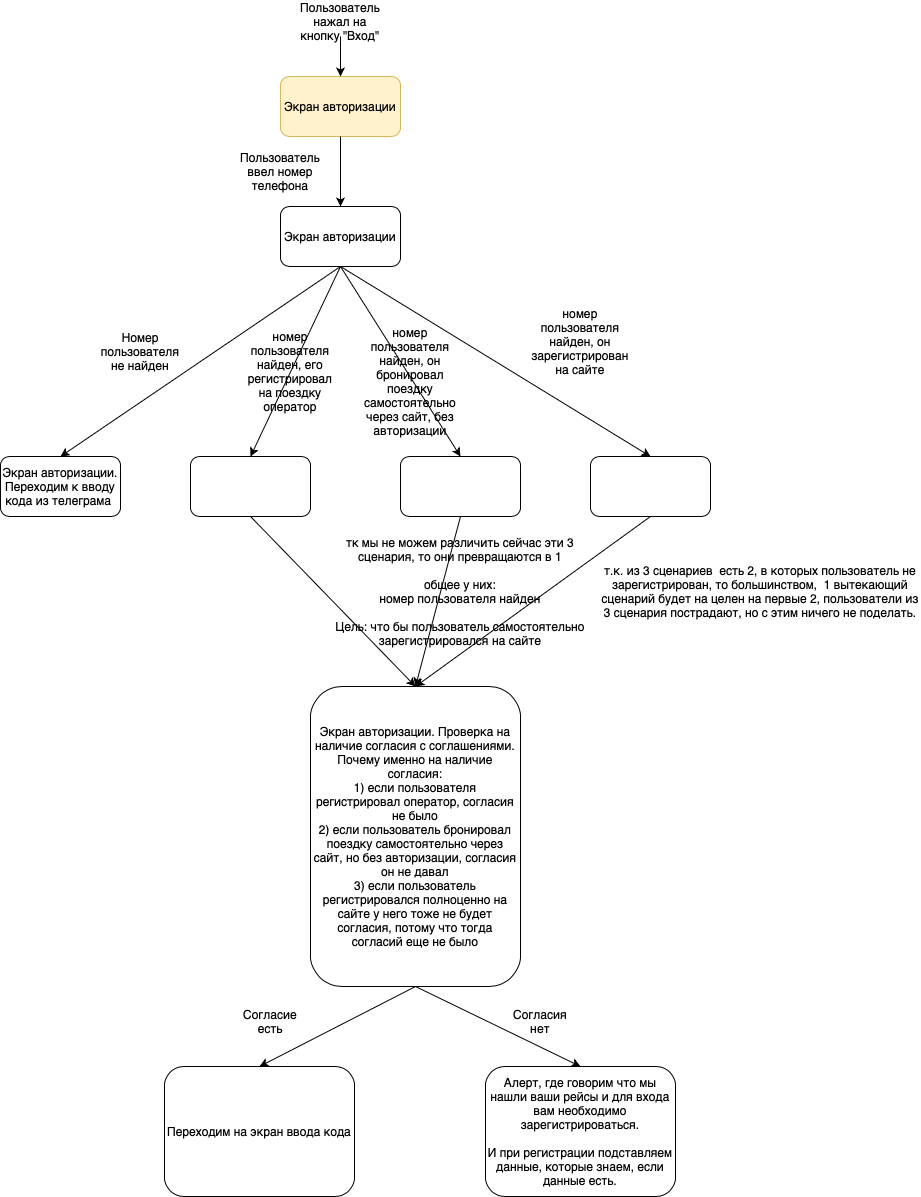
Above: 2.drawio.png in AlexandraKolomoitseva/Diagrams (draw.io), before the change. Source tidied: cells renumbered, new cells last; positions are measured from the earlier drawing's top-left corner, leaving out a move shared by most shapes.
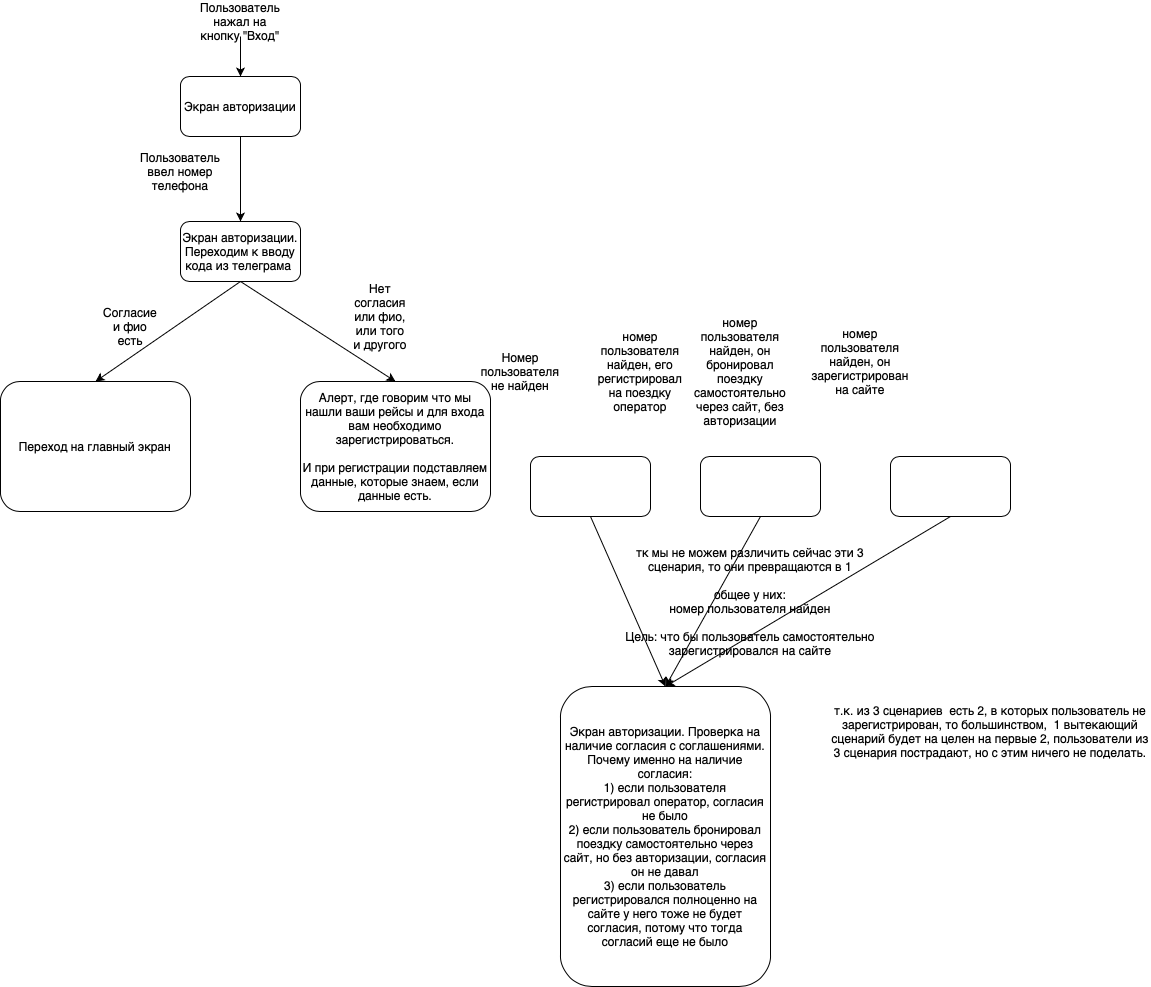
Later version of the same file.

What changed in the source:
```diff
@@ -2,7 +2,7 @@
   <root>
     <mxCell id="0" />
     <mxCell id="1" parent="0" />
-    <mxCell id="2" value="Экран авторизации" style="rounded=1;whiteSpace=wrap;html=1;fillColor=#fff2cc;strokeColor=#d6b656;" parent="1" vertex="1">
+    <mxCell id="2" value="Экран авторизации" style="rounded=1;whiteSpace=wrap;html=1;" parent="1" vertex="1">
       <mxGeometry x="280" y="70" width="120" height="60" as="geometry" />
     </mxCell>
     <mxCell id="3" value="Пользователь нажал на кнопку &quot;Вход&quot;" style="text;html=1;align=center;verticalAlign=middle;whiteSpace=wrap;rounded=0;" parent="1" vertex="1">
@@ -11,56 +11,41 @@
     <mxCell id="4" style="endArrow=classic;html=1;rounded=0;exitX=0.5;exitY=1;exitDx=0;exitDy=0;entryX=0.5;entryY=0;entryDx=0;entryDy=0;" parent="1" edge="1" source="3" target="2">
       <mxGeometry relative="1" as="geometry" />
     </mxCell>
-    <mxCell id="5" value="Экран авторизации" style="rounded=1;whiteSpace=wrap;html=1;" parent="1" vertex="1">
-      <mxGeometry x="280" y="200" width="120" height="60" as="geometry" />
-    </mxCell>
-    <mxCell id="6" style="endArrow=classic;html=1;rounded=0;exitX=0.5;exitY=1;exitDx=0;exitDy=0;entryX=0.5;entryY=0;entryDx=0;entryDy=0;" parent="1" edge="1" source="2" target="5">
+    <mxCell id="6" style="endArrow=classic;html=1;rounded=0;exitX=0.5;exitY=1;exitDx=0;exitDy=0;entryX=0.5;entryY=0;entryDx=0;entryDy=0;" parent="1" edge="1" source="2" target="8">
       <mxGeometry relative="1" as="geometry" />
     </mxCell>
     <mxCell id="7" value="Пользователь ввел номер телефона" style="text;html=1;align=center;verticalAlign=middle;whiteSpace=wrap;rounded=0;" parent="1" vertex="1">
       <mxGeometry x="250" y="150" width="60" height="30" as="geometry" />
     </mxCell>
     <mxCell id="8" value="Экран авторизации.&lt;div&gt;Переходим к вводу кода из телеграма&amp;nbsp;&lt;/div&gt;" style="rounded=1;whiteSpace=wrap;html=1;" parent="1" vertex="1">
-      <mxGeometry y="450" width="120" height="60" as="geometry" />
+      <mxGeometry x="280" y="215" width="120" height="60" as="geometry" />
     </mxCell>
     <mxCell id="9" style="rounded=1;whiteSpace=wrap;html=1;" parent="1" vertex="1">
-      <mxGeometry x="190" y="450" width="120" height="60" as="geometry" />
+      <mxGeometry x="630" y="450" width="120" height="60" as="geometry" />
     </mxCell>
     <mxCell id="10" style="rounded=1;whiteSpace=wrap;html=1;" parent="1" vertex="1">
-      <mxGeometry x="400" y="450" width="120" height="60" as="geometry" />
+      <mxGeometry x="800" y="450" width="120" height="60" as="geometry" />
     </mxCell>
     <mxCell id="11" style="rounded=1;whiteSpace=wrap;html=1;" parent="1" vertex="1">
-      <mxGeometry x="590" y="450" width="120" height="60" as="geometry" />
+      <mxGeometry x="990" y="450" width="120" height="60" as="geometry" />
     </mxCell>
-    <mxCell id="12" style="endArrow=classic;html=1;rounded=0;exitX=0.5;exitY=1;exitDx=0;exitDy=0;entryX=0.5;entryY=0;entryDx=0;entryDy=0;" parent="1" edge="1" source="5" target="8">
-      <mxGeometry relative="1" as="geometry" />
-    </mxCell>
     <mxCell id="13" value="Номер пользователя не найден" style="text;html=1;align=center;verticalAlign=middle;whiteSpace=wrap;rounded=0;" parent="1" vertex="1">
-      <mxGeometry x="110" y="330" width="60" height="30" as="geometry" />
+      <mxGeometry x="590" y="350" width="60" height="30" as="geometry" />
     </mxCell>
-    <mxCell id="14" style="endArrow=classic;html=1;rounded=0;entryX=0.5;entryY=0;entryDx=0;entryDy=0;exitX=0.5;exitY=1;exitDx=0;exitDy=0;" parent="1" edge="1" source="5" target="11">
-      <mxGeometry relative="1" as="geometry" />
-    </mxCell>
     <mxCell id="15" value="номер пользователя найден, он зарегистрирован на сайте" style="text;html=1;align=center;verticalAlign=middle;whiteSpace=wrap;rounded=0;" parent="1" vertex="1">
-      <mxGeometry x="550" y="320" width="60" height="30" as="geometry" />
+      <mxGeometry x="930" y="340" width="60" height="30" as="geometry" />
     </mxCell>
     <mxCell id="16" value="номер пользователя найден, он бронировал поездку самостоятельно через сайт, без авторизации" style="text;html=1;align=center;verticalAlign=middle;whiteSpace=wrap;rounded=0;" parent="1" vertex="1">
-      <mxGeometry x="380" y="360" width="60" height="30" as="geometry" />
+      <mxGeometry x="810" y="350" width="60" height="30" as="geometry" />
     </mxCell>
     <mxCell id="17" value="номер пользователя найден, его регистрировал на поездку оператор" style="text;html=1;align=center;verticalAlign=middle;whiteSpace=wrap;rounded=0;" parent="1" vertex="1">
-      <mxGeometry x="260" y="350" width="60" height="30" as="geometry" />
+      <mxGeometry x="710" y="350" width="60" height="30" as="geometry" />
     </mxCell>
-    <mxCell id="18" style="endArrow=classic;html=1;rounded=0;exitX=0.5;exitY=1;exitDx=0;exitDy=0;entryX=0.5;entryY=0;entryDx=0;entryDy=0;" parent="1" edge="1" source="5" target="9">
-      <mxGeometry relative="1" as="geometry" />
-    </mxCell>
-    <mxCell id="19" style="endArrow=classic;html=1;rounded=0;exitX=0.5;exitY=1;exitDx=0;exitDy=0;entryX=0.5;entryY=0;entryDx=0;entryDy=0;" parent="1" edge="1" source="5" target="10">
-      <mxGeometry relative="1" as="geometry" />
-    </mxCell>
     <mxCell id="20" value="тк мы не можем различить сейчас эти 3 сценария, то они превращаются в 1&lt;div&gt;&lt;br&gt;&lt;/div&gt;&lt;div&gt;общее у них:&lt;/div&gt;&lt;div&gt;номер пользователя найден&lt;/div&gt;&lt;div&gt;&lt;br&gt;&lt;/div&gt;&lt;div&gt;Цель: что бы пользователь самостоятельно зарегистрировался на сайте&lt;/div&gt;" style="text;html=1;align=center;verticalAlign=middle;whiteSpace=wrap;rounded=0;" parent="1" vertex="1">
-      <mxGeometry x="330" y="570" width="260" height="30" as="geometry" />
+      <mxGeometry x="720" y="580" width="260" height="30" as="geometry" />
     </mxCell>
     <mxCell id="21" value="Экран авторизации. Проверка на наличие согласия с соглашениями.&lt;div&gt;Почему именно на наличие согласия:&lt;/div&gt;&lt;div&gt;1) если пользователя регистрировал оператор, согласия не было&lt;/div&gt;&lt;div&gt;2) если пользователь бронировал поездку самостоятельно через сайт, но без авторизации, согласия он не давал&lt;/div&gt;&lt;div&gt;3) если пользователь регистрировался полноценно на сайте у него тоже не будет согласия, потому что тогда согласий еще не было&lt;/div&gt;" style="rounded=1;whiteSpace=wrap;html=1;" parent="1" vertex="1">
-      <mxGeometry x="310" y="680" width="210" height="300" as="geometry" />
+      <mxGeometry x="660" y="680" width="210" height="300" as="geometry" />
     </mxCell>
     <mxCell id="22" style="endArrow=classic;html=1;rounded=0;exitX=0.5;exitY=1;exitDx=0;exitDy=0;entryX=0.5;entryY=0;entryDx=0;entryDy=0;" parent="1" edge="1" source="9" target="21">
       <mxGeometry relative="1" as="geometry" />
@@ -72,25 +57,25 @@
       <mxGeometry relative="1" as="geometry" />
     </mxCell>
     <mxCell id="25" value="т.к. из 3 сценариев &amp;nbsp;есть 2, в которых пользователь не зарегистрирован, то большинством, &amp;nbsp;1 вытекающий сценарий будет на целен на первые 2, пользователи из 3 сценария пострадают, но с этим ничего не поделать." style="text;html=1;align=center;verticalAlign=middle;whiteSpace=wrap;rounded=0;" parent="1" vertex="1">
-      <mxGeometry x="600" y="570" width="320" height="30" as="geometry" />
+      <mxGeometry x="930" y="710" width="320" height="30" as="geometry" />
     </mxCell>
-    <mxCell id="26" value="Переходим на экран ввода кода" style="rounded=1;whiteSpace=wrap;html=1;" parent="1" vertex="1">
-      <mxGeometry x="164" y="1060" width="190" height="130" as="geometry" />
+    <mxCell id="26" value="Переход на главный экран" style="rounded=1;whiteSpace=wrap;html=1;" parent="1" vertex="1">
+      <mxGeometry x="100" y="375" width="190" height="130" as="geometry" />
     </mxCell>
     <mxCell id="27" value="Алерт, где говорим что мы нашли ваши рейсы и для входа вам необходимо зарегистрироваться.&lt;div&gt;&lt;br&gt;&lt;/div&gt;&lt;div&gt;И при регистрации подставляем данные, которые знаем, если данные есть.&lt;/div&gt;" style="rounded=1;whiteSpace=wrap;html=1;" parent="1" vertex="1">
-      <mxGeometry x="485" y="1060" width="190" height="130" as="geometry" />
+      <mxGeometry x="400" y="375" width="190" height="130" as="geometry" />
     </mxCell>
-    <mxCell id="28" style="endArrow=classic;html=1;rounded=0;exitX=0.5;exitY=1;exitDx=0;exitDy=0;entryX=0.5;entryY=0;entryDx=0;entryDy=0;" parent="1" edge="1" source="21" target="26">
+    <mxCell id="28" style="endArrow=classic;html=1;rounded=0;exitX=0.5;exitY=1;exitDx=0;exitDy=0;entryX=0.5;entryY=0;entryDx=0;entryDy=0;" parent="1" edge="1" source="8" target="26">
       <mxGeometry relative="1" as="geometry" />
     </mxCell>
-    <mxCell id="29" value="Согласие есть" style="text;html=1;align=center;verticalAlign=middle;whiteSpace=wrap;rounded=0;" parent="1" vertex="1">
-      <mxGeometry x="240" y="1000" width="60" height="30" as="geometry" />
+    <mxCell id="29" value="Согласие и фио есть" style="text;html=1;align=center;verticalAlign=middle;whiteSpace=wrap;rounded=0;" parent="1" vertex="1">
+      <mxGeometry x="200" y="305" width="60" height="30" as="geometry" />
     </mxCell>
-    <mxCell id="30" style="endArrow=classic;html=1;rounded=0;exitX=0.5;exitY=1;exitDx=0;exitDy=0;entryX=0.5;entryY=0;entryDx=0;entryDy=0;" parent="1" edge="1" source="21" target="27">
+    <mxCell id="30" style="endArrow=classic;html=1;rounded=0;exitX=0.5;exitY=1;exitDx=0;exitDy=0;entryX=0.5;entryY=0;entryDx=0;entryDy=0;" parent="1" edge="1" source="8" target="27">
       <mxGeometry relative="1" as="geometry" />
     </mxCell>
-    <mxCell id="31" value="Согласия нет" style="text;html=1;align=center;verticalAlign=middle;whiteSpace=wrap;rounded=0;" parent="1" vertex="1">
-      <mxGeometry x="510" y="1000" width="60" height="30" as="geometry" />
+    <mxCell id="31" value="Нет согласия или фио, или того и другого" style="text;html=1;align=center;verticalAlign=middle;whiteSpace=wrap;rounded=0;" parent="1" vertex="1">
+      <mxGeometry x="450" y="295" width="60" height="30" as="geometry" />
     </mxCell>
   </root>
 </mxGraphModel>
```
